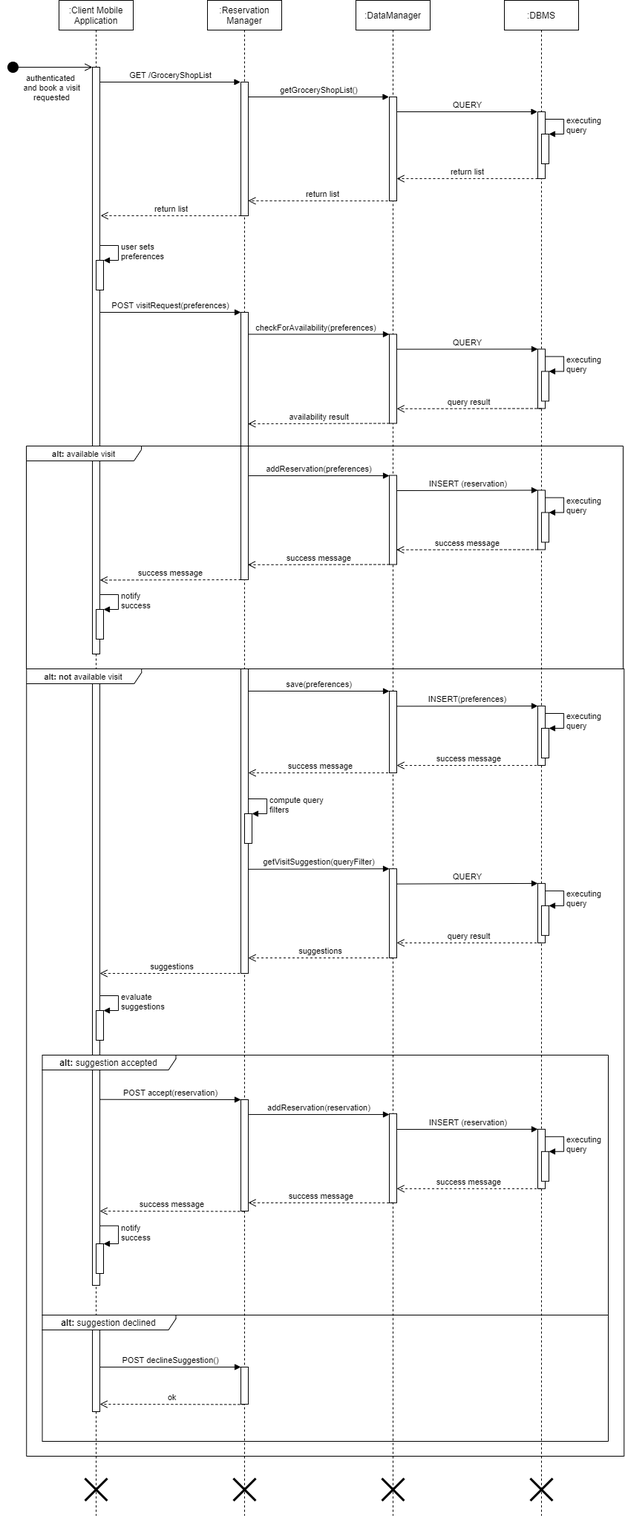
This is DD/Runtime view diagram/book visit mobile app.png from CosimoSguanci/SguanciSpataforaVergani-RASD-DD-ingsw2, a draw.io export, as it was before one commit. Source tidied: cells renumbered, new cells last; positions are measured from the earlier drawing's top-left corner, leaving out a move shared by most shapes.
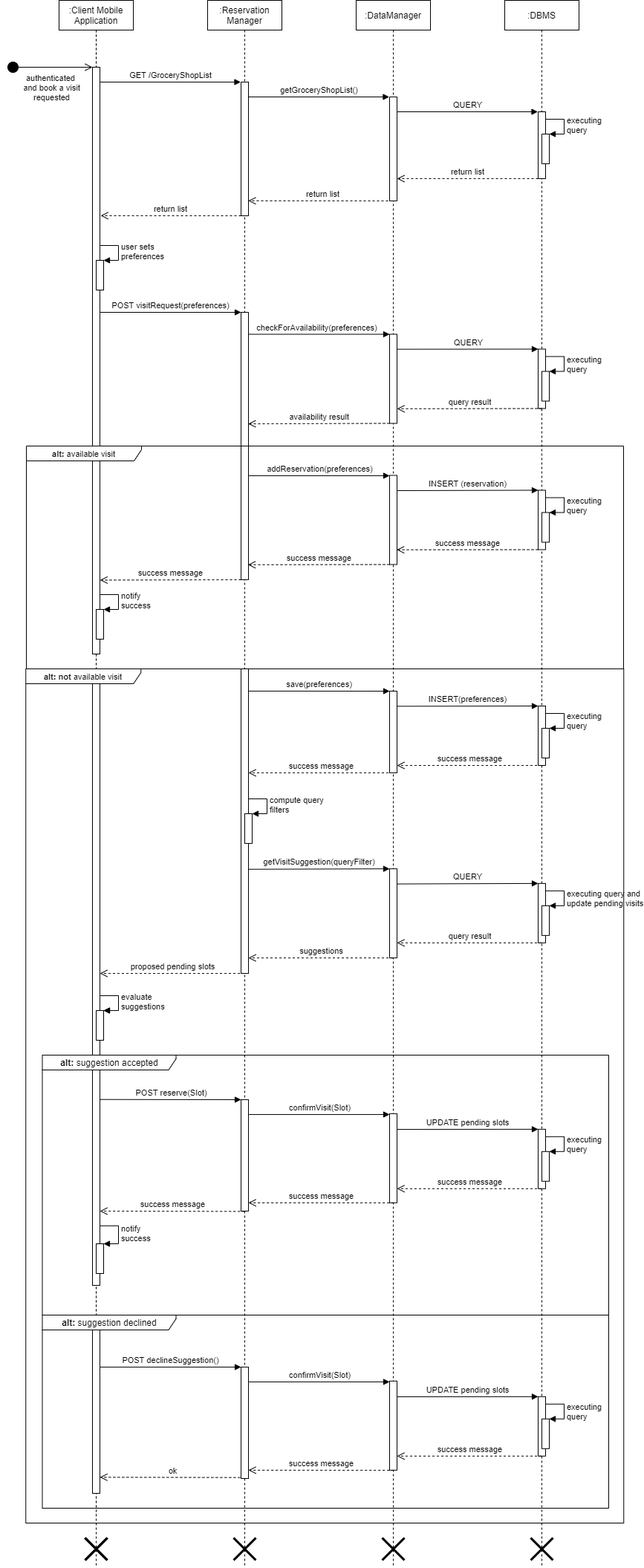
After the commit.

Commit message:
update book visit from mobile application runtime view

Change to the diagram source:
```diff
@@ -17,23 +17,32 @@
         </Array>
       </mxGeometry>
     </mxCell>
-    <mxCell id="5" style="shape=umlDestroy;whiteSpace=wrap;html=1;strokeWidth=3;" parent="2" vertex="1">
-      <mxGeometry x="35" y="1990" width="30" height="30" as="geometry" />
-    </mxCell>
     <mxCell id="6" value=":Reservation&lt;br&gt;Manager" style="shape=umlLifeline;perimeter=lifelinePerimeter;whiteSpace=wrap;html=1;outlineConnect=0;" parent="1" vertex="1">
-      <mxGeometry x="270" width="100" height="2040" as="geometry" />
+      <mxGeometry x="270" width="100" height="2110" as="geometry" />
     </mxCell>
     <mxCell id="7" style="html=1;points=[];perimeter=orthogonalPerimeter;" parent="6" vertex="1">
       <mxGeometry x="45" y="420" width="10" height="360" as="geometry" />
     </mxCell>
-    <mxCell id="8" style="shape=umlDestroy;whiteSpace=wrap;html=1;strokeWidth=3;" parent="6" vertex="1">
-      <mxGeometry x="35" y="1990" width="30" height="30" as="geometry" />
-    </mxCell>
+    <mxCell id="90" value=":Client Mobile&lt;br&gt;Application" style="shape=umlLifeline;perimeter=lifelinePerimeter;whiteSpace=wrap;html=1;" parent="6" vertex="1">
+      <mxGeometry x="-200" width="100" height="2110" as="geometry" />
+    </mxCell>
+    <mxCell id="91" style="html=1;perimeter=orthogonalPerimeter;" parent="90" vertex="1">
+      <mxGeometry x="45" y="90" width="10" height="790" as="geometry" />
+    </mxCell>
+    <mxCell id="92" value="evaluate&lt;br&gt;suggestions" style="edgeStyle=orthogonalEdgeStyle;html=1;align=left;spacingLeft=2;endArrow=block;rounded=0;entryX=1;entryY=0;" parent="90" edge="1">
+      <mxGeometry relative="1" as="geometry">
+        <mxPoint x="55" y="1340" as="sourcePoint" />
+        <mxPoint x="60" y="1360" as="targetPoint" />
+        <Array as="points">
+          <mxPoint x="80" y="1340" />
+        </Array>
+      </mxGeometry>
+    </mxCell>
     <mxCell id="9" value=":DataManager" style="shape=umlLifeline;perimeter=lifelinePerimeter;whiteSpace=wrap;html=1;outlineConnect=0;" parent="1" vertex="1">
-      <mxGeometry x="470" width="100" height="2040" as="geometry" />
+      <mxGeometry x="470" width="100" height="2110" as="geometry" />
     </mxCell>
     <mxCell id="10" value=":DBMS" style="shape=umlLifeline;perimeter=lifelinePerimeter;whiteSpace=wrap;html=1;outlineConnect=0;" parent="1" vertex="1">
-      <mxGeometry x="670" width="100" height="2040" as="geometry" />
+      <mxGeometry x="670" width="100" height="2110" as="geometry" />
     </mxCell>
     <mxCell id="11" value="authenticated &lt;br&gt;and book a visit&lt;br&gt;requested" style="html=1;verticalAlign=bottom;startArrow=circle;startFill=1;endArrow=open;startSize=6;endSize=8;" parent="1" edge="1">
       <mxGeometry x="0.04" y="-50" relative="1" as="geometry">
@@ -259,7 +268,7 @@
     <mxCell id="59" style="html=1;points=[];perimeter=orthogonalPerimeter;" parent="1" vertex="1">
       <mxGeometry x="720" y="1218.9" width="10" height="40" as="geometry" />
     </mxCell>
-    <mxCell id="60" value="executing &lt;br&gt;query" style="edgeStyle=orthogonalEdgeStyle;html=1;align=left;spacingLeft=2;endArrow=block;rounded=0;entryX=1;entryY=0;" parent="1" edge="1" target="59">
+    <mxCell id="60" value="executing query and&lt;br&gt;update pending visits" style="edgeStyle=orthogonalEdgeStyle;html=1;align=left;spacingLeft=2;endArrow=block;rounded=0;entryX=1;entryY=0;" parent="1" edge="1" target="59">
       <mxGeometry x="0.08" relative="1" as="geometry">
         <mxPoint x="725" y="1198.9" as="sourcePoint" />
         <Array as="points">
@@ -288,7 +297,7 @@
         </Array>
       </mxGeometry>
     </mxCell>
-    <mxCell id="65" value="suggestions" style="html=1;verticalAlign=bottom;endArrow=open;dashed=1;endSize=8;" parent="1" edge="1" source="6">
+    <mxCell id="65" value="proposed pending slots" style="html=1;verticalAlign=bottom;endArrow=open;dashed=1;endSize=8;" parent="1" edge="1" source="6">
       <mxGeometry relative="1" as="geometry">
         <mxPoint x="125" y="1310" as="targetPoint" />
       </mxGeometry>
@@ -296,7 +305,7 @@
     <mxCell id="66" style="html=1;perimeter=orthogonalPerimeter;" parent="1" vertex="1">
       <mxGeometry x="120" y="1360" width="10" height="40" as="geometry" />
     </mxCell>
-    <mxCell id="67" value="POST accept(reservation)" style="html=1;verticalAlign=bottom;endArrow=block;exitX=1.073;exitY=0.691;exitDx=0;exitDy=0;exitPerimeter=0;" parent="1" edge="1" source="53">
+    <mxCell id="67" value="POST reserve(Slot)" style="html=1;verticalAlign=bottom;endArrow=block;exitX=1.073;exitY=0.691;exitDx=0;exitDy=0;exitPerimeter=0;" parent="1" edge="1" source="53">
       <mxGeometry relative="1" as="geometry">
         <mxPoint x="315" y="1480" as="targetPoint" />
       </mxGeometry>
@@ -304,13 +313,13 @@
     <mxCell id="68" style="html=1;points=[];perimeter=orthogonalPerimeter;" parent="1" vertex="1">
       <mxGeometry x="315" y="1480" width="10" height="150" as="geometry" />
     </mxCell>
-    <mxCell id="69" value="addReservation(reservation)" style="html=1;verticalAlign=bottom;endArrow=block;exitX=1.073;exitY=0.133;exitDx=0;exitDy=0;exitPerimeter=0;" parent="1" edge="1" source="68" target="70">
+    <mxCell id="69" value="confirmVisit(Slot)" style="html=1;verticalAlign=bottom;endArrow=block;exitX=1.073;exitY=0.133;exitDx=0;exitDy=0;exitPerimeter=0;" parent="1" edge="1" source="68" target="70">
       <mxGeometry relative="1" as="geometry" />
     </mxCell>
     <mxCell id="70" style="html=1;points=[];perimeter=orthogonalPerimeter;" parent="1" vertex="1">
       <mxGeometry x="515" y="1498.8" width="10" height="120" as="geometry" />
     </mxCell>
-    <mxCell id="71" value="INSERT (reservation)" style="html=1;verticalAlign=bottom;endArrow=block;exitX=1.047;exitY=0.168;exitDx=0;exitDy=0;exitPerimeter=0;" parent="1" edge="1">
+    <mxCell id="71" value="UPDATE pending slots" style="html=1;verticalAlign=bottom;endArrow=block;exitX=1.047;exitY=0.168;exitDx=0;exitDy=0;exitPerimeter=0;" parent="1" edge="1">
       <mxGeometry relative="1" as="geometry">
         <mxPoint x="525.5" y="1520" as="sourcePoint" />
         <mxPoint x="715" y="1519.8" as="targetPoint" />
@@ -358,7 +367,7 @@
       </mxGeometry>
     </mxCell>
     <mxCell id="80" value="&lt;b&gt;alt: &lt;/b&gt;suggestion declined" style="shape=umlFrame;whiteSpace=wrap;html=1;width=180;height=20;" parent="1" vertex="1">
-      <mxGeometry x="47.5" y="1770" width="762.5" height="170" as="geometry" />
+      <mxGeometry x="47.5" y="1770" width="762.5" height="260" as="geometry" />
     </mxCell>
     <mxCell id="81" value="POST declineSuggestion()" style="html=1;verticalAlign=bottom;endArrow=block;exitX=1.02;exitY=0.455;exitDx=0;exitDy=0;exitPerimeter=0;" parent="1" edge="1" source="82">
       <mxGeometry relative="1" as="geometry">
@@ -368,28 +377,78 @@
     <mxCell id="82" style="html=1;points=[];perimeter=orthogonalPerimeter;" parent="1" vertex="1">
       <mxGeometry x="115" y="1790" width="10" height="110" as="geometry" />
     </mxCell>
-    <mxCell id="83" style="html=1;points=[];perimeter=orthogonalPerimeter;" parent="1" vertex="1">
-      <mxGeometry x="315" y="1840" width="10" height="50" as="geometry" />
-    </mxCell>
-    <mxCell id="84" value="ok" style="html=1;verticalAlign=bottom;endArrow=open;dashed=1;endSize=8;exitX=0.487;exitY=1.008;exitDx=0;exitDy=0;exitPerimeter=0;" parent="1" edge="1" source="83">
+    <mxCell id="84" value="ok" style="html=1;verticalAlign=bottom;endArrow=open;dashed=1;endSize=8;exitX=0.487;exitY=1.008;exitDx=0;exitDy=0;exitPerimeter=0;" parent="1" edge="1">
       <mxGeometry relative="1" as="geometry">
-        <mxPoint x="125" y="1890" as="targetPoint" />
+        <mxPoint x="319.9" y="1988.7" as="sourcePoint" />
+        <mxPoint x="125" y="1988.3" as="targetPoint" />
       </mxGeometry>
     </mxCell>
+    <mxCell id="89" value="&lt;font style=&quot;font-size: 11px&quot;&gt;&lt;b&gt;alt: &lt;/b&gt;available visit&lt;/font&gt;" style="shape=umlFrame;whiteSpace=wrap;html=1;width=155;height=20;" parent="1" vertex="1">
+      <mxGeometry x="26" y="600" width="804" height="300" as="geometry" />
+    </mxCell>
+    <mxCell id="93" style="html=1;points=[];perimeter=orthogonalPerimeter;" parent="1" vertex="1">
+      <mxGeometry x="315" y="1840" width="10" height="150" as="geometry" />
+    </mxCell>
+    <mxCell id="94" value="confirmVisit(Slot)" style="html=1;verticalAlign=bottom;endArrow=block;exitX=1.073;exitY=0.133;exitDx=0;exitDy=0;exitPerimeter=0;" parent="1" edge="1" source="93" target="95">
+      <mxGeometry relative="1" as="geometry" />
+    </mxCell>
+    <mxCell id="95" style="html=1;points=[];perimeter=orthogonalPerimeter;" parent="1" vertex="1">
+      <mxGeometry x="515" y="1858.8" width="10" height="120" as="geometry" />
+    </mxCell>
+    <mxCell id="96" value="UPDATE pending slots" style="html=1;verticalAlign=bottom;endArrow=block;exitX=1.047;exitY=0.168;exitDx=0;exitDy=0;exitPerimeter=0;" parent="1" edge="1">
+      <mxGeometry relative="1" as="geometry">
+        <mxPoint x="525.5" y="1880" as="sourcePoint" />
+        <mxPoint x="715" y="1879.8" as="targetPoint" />
+      </mxGeometry>
+    </mxCell>
+    <mxCell id="97" style="html=1;perimeter=orthogonalPerimeter;" parent="1" vertex="1">
+      <mxGeometry x="715" y="1879.8" width="10" height="80" as="geometry" />
+    </mxCell>
+    <mxCell id="98" style="html=1;points=[];perimeter=orthogonalPerimeter;" parent="1" vertex="1">
+      <mxGeometry x="720" y="1909.8" width="10" height="40" as="geometry" />
+    </mxCell>
+    <mxCell id="99" value="executing &lt;br&gt;query" style="edgeStyle=orthogonalEdgeStyle;html=1;align=left;spacingLeft=2;endArrow=block;rounded=0;entryX=1;entryY=0;" parent="1" edge="1" target="98">
+      <mxGeometry x="0.08" relative="1" as="geometry">
+        <mxPoint x="725" y="1889.8" as="sourcePoint" />
+        <Array as="points">
+          <mxPoint x="750" y="1889.8" />
+        </Array>
+      </mxGeometry>
+    </mxCell>
+    <mxCell id="100" value="success message" style="html=1;verticalAlign=bottom;endArrow=open;dashed=1;endSize=8;" parent="1" edge="1">
+      <mxGeometry relative="1" as="geometry">
+        <mxPoint x="719.5" y="1959.8" as="sourcePoint" />
+        <mxPoint x="525" y="1959.8" as="targetPoint" />
+      </mxGeometry>
+    </mxCell>
+    <mxCell id="101" value="success message" style="html=1;verticalAlign=bottom;endArrow=open;dashed=1;endSize=8;exitX=0.567;exitY=1.001;exitDx=0;exitDy=0;exitPerimeter=0;" parent="1" edge="1" source="95">
+      <mxGeometry relative="1" as="geometry">
+        <mxPoint x="325" y="1978.8" as="targetPoint" />
+      </mxGeometry>
+    </mxCell>
+    <mxCell id="5" style="shape=umlDestroy;whiteSpace=wrap;html=1;strokeWidth=3;" parent="1" vertex="1">
+      <mxGeometry x="105" y="2070" width="30" height="30" as="geometry" />
+    </mxCell>
+    <mxCell id="8" style="shape=umlDestroy;whiteSpace=wrap;html=1;strokeWidth=3;" parent="1" vertex="1">
+      <mxGeometry x="305" y="2070" width="30" height="30" as="geometry" />
+    </mxCell>
+    <mxCell id="102" style="shape=umlDestroy;whiteSpace=wrap;html=1;strokeWidth=3;" parent="1" vertex="1">
+      <mxGeometry x="105" y="2070" width="30" height="30" as="geometry" />
+    </mxCell>
     <mxCell id="85" style="shape=umlDestroy;whiteSpace=wrap;html=1;strokeWidth=3;" parent="1" vertex="1">
-      <mxGeometry x="505" y="1990" width="30" height="30" as="geometry" />
+      <mxGeometry x="505" y="2070" width="30" height="30" as="geometry" />
     </mxCell>
     <mxCell id="86" style="shape=umlDestroy;whiteSpace=wrap;html=1;strokeWidth=3;" parent="1" vertex="1">
-      <mxGeometry x="705" y="1990" width="30" height="30" as="geometry" />
+      <mxGeometry x="705" y="2070" width="30" height="30" as="geometry" />
     </mxCell>
+    <mxCell id="103" style="html=1;perimeter=orthogonalPerimeter;" parent="1" vertex="1">
+      <mxGeometry x="115" y="1790" width="10" height="220" as="geometry" />
+    </mxCell>
     <mxCell id="87" value="&lt;b&gt;alt: &lt;/b&gt;suggestion accepted" style="shape=umlFrame;whiteSpace=wrap;html=1;width=180;height=20;" parent="1" vertex="1">
       <mxGeometry x="47.5" y="1420" width="762.5" height="350" as="geometry" />
     </mxCell>
     <mxCell id="88" value="&lt;font style=&quot;font-size: 11px&quot;&gt;&lt;b&gt;alt: not&amp;nbsp;&lt;/b&gt;available visit&lt;/font&gt;" style="shape=umlFrame;whiteSpace=wrap;html=1;width=155;height=20;" parent="1" vertex="1">
-      <mxGeometry x="26.2" y="900" width="805" height="1060" as="geometry" />
+      <mxGeometry x="25.2" y="900" width="805" height="1150" as="geometry" />
     </mxCell>
-    <mxCell id="89" value="&lt;font style=&quot;font-size: 11px&quot;&gt;&lt;b&gt;alt: &lt;/b&gt;available visit&lt;/font&gt;" style="shape=umlFrame;whiteSpace=wrap;html=1;width=155;height=20;" parent="1" vertex="1">
-      <mxGeometry x="26" y="600" width="804" height="300" as="geometry" />
-    </mxCell>
   </root>
 </mxGraphModel>
```
